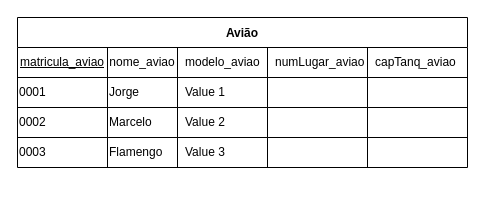
Earlier version of the draw.io diagram Lista9_20-06/Lista9.drawio (andreeeeeeeee/Engenharia_Software). Source tidied: cells renumbered, new cells numbered last; positions are measured from the earlier drawing's top-left corner, leaving out a move shared by most shapes. Both pictures are drawn from the tidied source at 100%, with x=0, y=0 at pixel (17, 17).
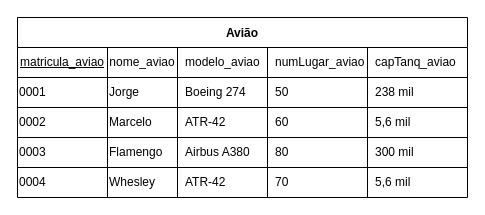
After the change.

The change refers to these unchanged cells:
```xml
<mxCell id="9" style="shape=tableRow;horizontal=0;startSize=0;swimlaneHead=0;swimlaneBody=0;top=0;left=0;bottom=0;right=0;fillColor=none;" parent="2" vertex="1">
  <mxGeometry y="60" width="450" height="30" as="geometry" />
</mxCell>
<mxCell id="15" style="shape=tableRow;horizontal=0;startSize=0;swimlaneHead=0;swimlaneBody=0;top=0;left=0;bottom=0;right=0;fillColor=none;" parent="2" vertex="1">
  <mxGeometry y="90" width="450" height="30" as="geometry" />
</mxCell>
<mxCell id="21" style="shape=tableRow;horizontal=0;startSize=0;swimlaneHead=0;swimlaneBody=0;top=0;left=0;bottom=0;right=0;fillColor=none;" parent="2" vertex="1">
  <mxGeometry y="120" width="450" height="30" as="geometry" />
</mxCell>
```

Diff of the diagram source:
```diff
@@
     <mxCell id="2" value="Avião" style="shape=table;startSize=30;childLayout=tableLayout;rowLines=1;fontStyle=1;swimlaneFillColor=default;align=center;" parent="1" vertex="1">
-      <mxGeometry width="450" height="150" as="geometry" />
+      <mxGeometry width="450" height="180" as="geometry" />
     </mxCell>
@@
-    <mxCell id="12" value="Value 1" style="shape=partialRectangle;html=1;whiteSpace=wrap;fillColor=none;top=0;left=0;bottom=0;right=0;align=left;spacingLeft=6;overflow=hidden;" parent="9" vertex="1">
+    <mxCell id="12" value="Boeing 274" style="shape=partialRectangle;html=1;whiteSpace=wrap;fillColor=none;top=0;left=0;bottom=0;right=0;align=left;spacingLeft=6;overflow=hidden;verticalAlign=middle;horizontal=1;" parent="9" vertex="1">
       <mxGeometry x="160" width="90" height="30" as="geometry" />
     </mxCell>
-    <mxCell id="13" style="shape=partialRectangle;html=1;whiteSpace=wrap;fillColor=none;top=0;left=0;bottom=0;right=0;align=left;spacingLeft=6;overflow=hidden;" parent="9" vertex="1">
+    <mxCell id="13" value="50" style="shape=partialRectangle;html=1;whiteSpace=wrap;fillColor=none;top=0;left=0;bottom=0;right=0;align=left;spacingLeft=6;overflow=hidden;" parent="9" vertex="1">
       <mxGeometry x="250" width="100" height="30" as="geometry" />
     </mxCell>
-    <mxCell id="14" style="shape=partialRectangle;html=1;whiteSpace=wrap;fillColor=none;top=0;left=0;bottom=0;right=0;align=left;spacingLeft=6;overflow=hidden;" parent="9" vertex="1">
+    <mxCell id="14" value="238 mil" style="shape=partialRectangle;html=1;whiteSpace=wrap;fillColor=none;top=0;left=0;bottom=0;right=0;align=left;spacingLeft=6;overflow=hidden;" parent="9" vertex="1">
       <mxGeometry x="350" width="100" height="30" as="geometry" />
     </mxCell>
@@
-    <mxCell id="18" value="Value 2" style="shape=partialRectangle;html=1;whiteSpace=wrap;fillColor=none;top=0;left=0;bottom=0;right=0;align=left;spacingLeft=6;overflow=hidden;" parent="15" vertex="1">
+    <mxCell id="18" value="ATR-42" style="shape=partialRectangle;html=1;whiteSpace=wrap;fillColor=none;top=0;left=0;bottom=0;right=0;align=left;spacingLeft=6;overflow=hidden;" parent="15" vertex="1">
       <mxGeometry x="160" width="90" height="30" as="geometry" />
     </mxCell>
-    <mxCell id="19" style="shape=partialRectangle;html=1;whiteSpace=wrap;fillColor=none;top=0;left=0;bottom=0;right=0;align=left;spacingLeft=6;overflow=hidden;" parent="15" vertex="1">
+    <mxCell id="19" value="60" style="shape=partialRectangle;html=1;whiteSpace=wrap;fillColor=none;top=0;left=0;bottom=0;right=0;align=left;spacingLeft=6;overflow=hidden;" parent="15" vertex="1">
       <mxGeometry x="250" width="100" height="30" as="geometry" />
     </mxCell>
-    <mxCell id="20" style="shape=partialRectangle;html=1;whiteSpace=wrap;fillColor=none;top=0;left=0;bottom=0;right=0;align=left;spacingLeft=6;overflow=hidden;" parent="15" vertex="1">
+    <mxCell id="20" value="5,6 mil" style="shape=partialRectangle;html=1;whiteSpace=wrap;fillColor=none;top=0;left=0;bottom=0;right=0;align=left;spacingLeft=6;overflow=hidden;" parent="15" vertex="1">
       <mxGeometry x="350" width="100" height="30" as="geometry" />
     </mxCell>
@@
-    <mxCell id="24" value="Value 3" style="shape=partialRectangle;html=1;whiteSpace=wrap;fillColor=none;top=0;left=0;bottom=0;right=0;align=left;spacingLeft=6;overflow=hidden;" parent="21" vertex="1">
+    <mxCell id="24" value="Airbus A380" style="shape=partialRectangle;html=1;whiteSpace=wrap;fillColor=none;top=0;left=0;bottom=0;right=0;align=left;spacingLeft=6;overflow=hidden;" parent="21" vertex="1">
       <mxGeometry x="160" width="90" height="30" as="geometry" />
     </mxCell>
-    <mxCell id="25" style="shape=partialRectangle;html=1;whiteSpace=wrap;fillColor=none;top=0;left=0;bottom=0;right=0;align=left;spacingLeft=6;overflow=hidden;" parent="21" vertex="1">
+    <mxCell id="25" value="80" style="shape=partialRectangle;html=1;whiteSpace=wrap;fillColor=none;top=0;left=0;bottom=0;right=0;align=left;spacingLeft=6;overflow=hidden;" parent="21" vertex="1">
       <mxGeometry x="250" width="100" height="30" as="geometry" />
     </mxCell>
-    <mxCell id="26" style="shape=partialRectangle;html=1;whiteSpace=wrap;fillColor=none;top=0;left=0;bottom=0;right=0;align=left;spacingLeft=6;overflow=hidden;" parent="21" vertex="1">
+    <mxCell id="26" value="300 mil" style="shape=partialRectangle;html=1;whiteSpace=wrap;fillColor=none;top=0;left=0;bottom=0;right=0;align=left;spacingLeft=6;overflow=hidden;" parent="21" vertex="1">
       <mxGeometry x="350" width="100" height="30" as="geometry" />
     </mxCell>
+    <mxCell id="27" style="shape=tableRow;horizontal=0;startSize=0;swimlaneHead=0;swimlaneBody=0;top=0;left=0;bottom=0;right=0;fillColor=none;" parent="2" vertex="1">
+      <mxGeometry y="150" width="450" height="30" as="geometry" />
+    </mxCell>
+    <mxCell id="28" value="0004" style="shape=partialRectangle;html=1;whiteSpace=wrap;fillColor=none;top=0;left=0;bottom=0;right=0;overflow=hidden;align=left;" parent="27" vertex="1">
+      <mxGeometry width="90" height="30" as="geometry" />
+    </mxCell>
+    <mxCell id="29" value="Whesley" style="shape=partialRectangle;html=1;whiteSpace=wrap;fillColor=none;top=0;left=0;bottom=0;right=0;overflow=hidden;align=left;" parent="27" vertex="1">
+      <mxGeometry x="90" width="70" height="30" as="geometry" />
+    </mxCell>
+    <mxCell id="30" value="ATR-42" style="shape=partialRectangle;html=1;whiteSpace=wrap;fillColor=none;top=0;left=0;bottom=0;right=0;align=left;spacingLeft=6;overflow=hidden;" parent="27" vertex="1">
+      <mxGeometry x="160" width="90" height="30" as="geometry" />
+    </mxCell>
+    <mxCell id="31" value="70" style="shape=partialRectangle;html=1;whiteSpace=wrap;fillColor=none;top=0;left=0;bottom=0;right=0;align=left;spacingLeft=6;overflow=hidden;" parent="27" vertex="1">
+      <mxGeometry x="250" width="100" height="30" as="geometry" />
+    </mxCell>
+    <mxCell id="32" value="5,6 mil" style="shape=partialRectangle;html=1;whiteSpace=wrap;fillColor=none;top=0;left=0;bottom=0;right=0;align=left;spacingLeft=6;overflow=hidden;" parent="27" vertex="1">
+      <mxGeometry x="350" width="100" height="30" as="geometry" />
+    </mxCell>
```
